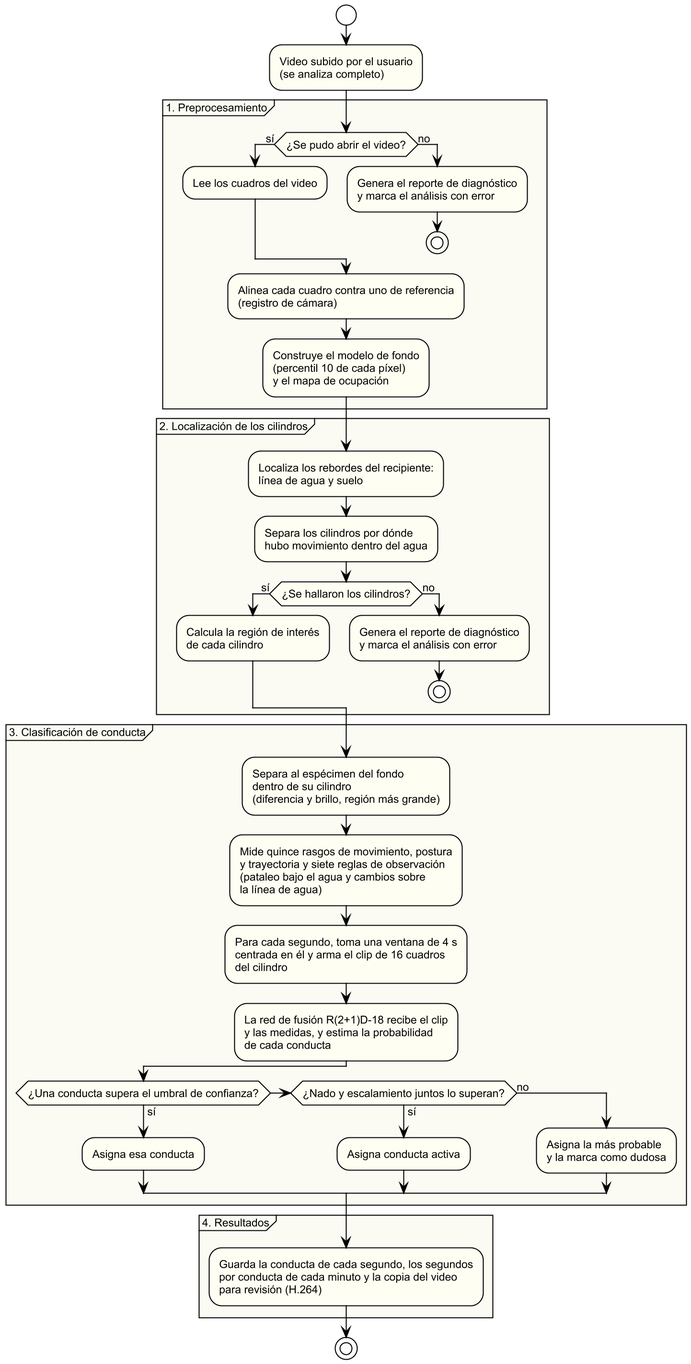
Earlier version of the PlantUML export figures/mermaid/pipeline.png (ErickJester/fst-ai-system-latex).
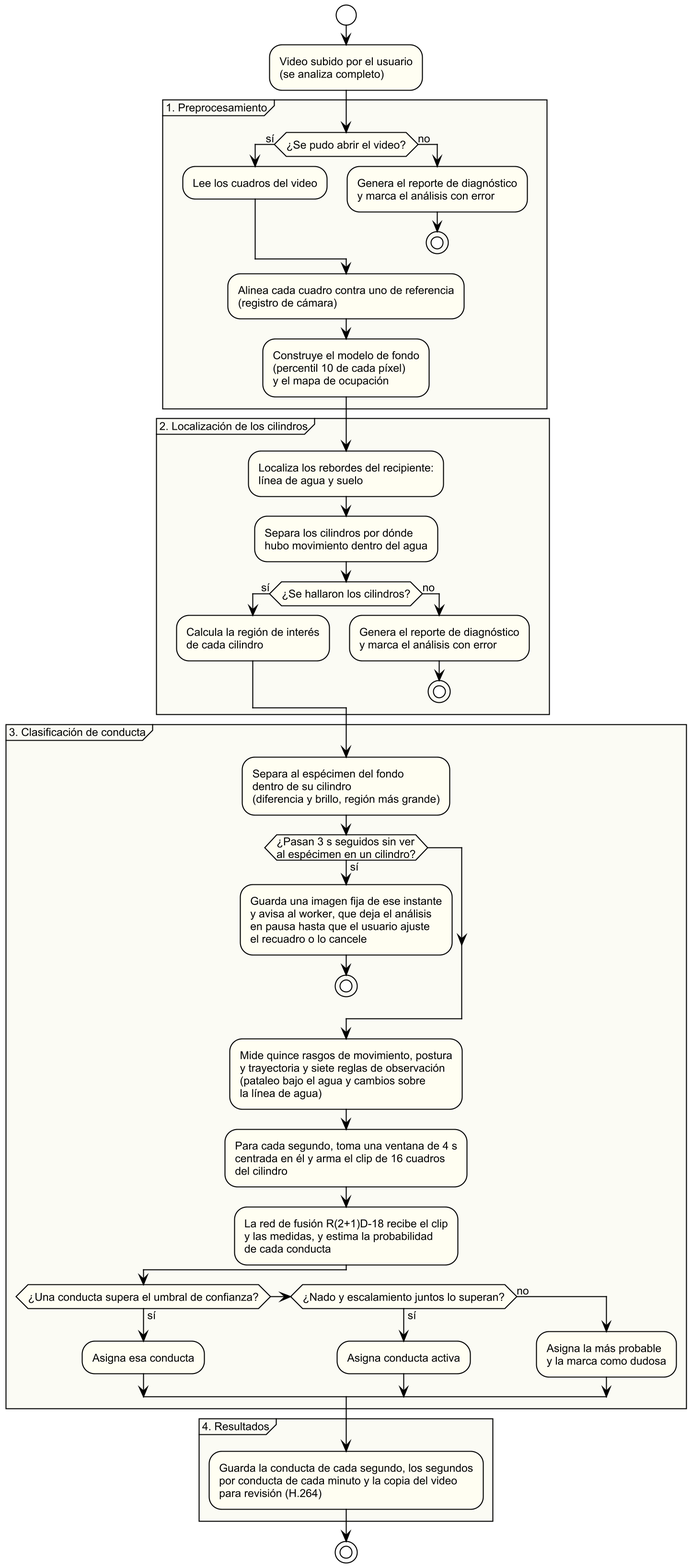
After the commit.

Diff of the diagram source:
```diff
@@ -35,6 +35,10 @@
 
 partition "3. Clasificación de conducta" {
   :Separa al espécimen del fondo\ndentro de su cilindro\n(diferencia y brillo, región más grande);
+  if (¿Pasan 3 s seguidos sin ver\nal espécimen en un cilindro?) then (sí)
+    :Guarda una imagen fija de ese instante\ny avisa al worker, que deja el análisis\nen pausa hasta que el usuario ajuste\nel recuadro o lo cancele;
+    stop
+  endif
   :Mide quince rasgos de movimiento, postura\ny trayectoria y siete reglas de observación\n(pataleo bajo el agua y cambios sobre\nla línea de agua);
   :Para cada segundo, toma una ventana de 4 s\ncentrada en él y arma el clip de 16 cuadros\ndel cilindro;
   :La red de fusión R(2+1)D-18 recibe el clip\ny las medidas, y estima la probabilidad\nde cada conducta;
```
